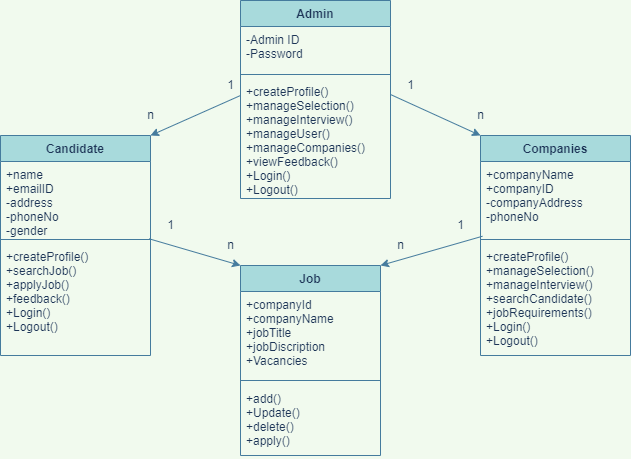
This is Day9/Online_Job_Portal-Diagrams/ClassDiagramOJP.png from AthiraSajeev98/ust-prograd-training, a draw.io export, as it was before one commit. Source tidied: cells renumbered, new cells last; positions are measured from the earlier drawing's top-left corner, leaving out a move shared by most shapes.
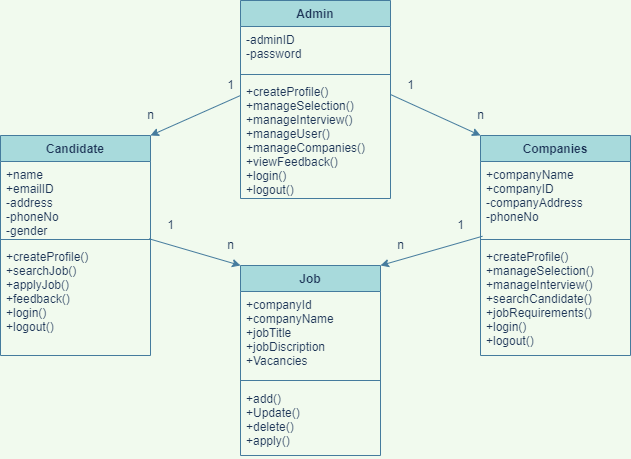
Above is the later version.

Commit message:
adding Onlineshopping & Railwayreservation

The edit, as a diff of the source:
```diff
@@ -5,13 +5,13 @@
     <mxCell id="2" value="Admin" style="swimlane;fontStyle=1;align=center;verticalAlign=top;horizontal=1;startSize=26;fillColor=#A8DADC;strokeColor=#457B9D;fontColor=#1D3557;" parent="1" vertex="1">
       <mxGeometry x="240" width="150" height="198" as="geometry" />
     </mxCell>
-    <mxCell id="3" value="-Admin ID&#10;-Password&#10;" style="text;strokeColor=none;fillColor=none;align=left;verticalAlign=top;spacingLeft=4;spacingRight=4;overflow=hidden;fontColor=#1D3557;" parent="2" vertex="1">
+    <mxCell id="3" value="-adminID&#10;-password&#10;" style="text;strokeColor=none;fillColor=none;align=left;verticalAlign=top;spacingLeft=4;spacingRight=4;overflow=hidden;fontColor=#1D3557;" parent="2" vertex="1">
       <mxGeometry y="26" width="150" height="44" as="geometry" />
     </mxCell>
     <mxCell id="4" style="line;strokeWidth=1;fillColor=none;align=left;verticalAlign=middle;spacingTop=-1;spacingLeft=3;spacingRight=3;labelPosition=right;labelBackgroundColor=#F1FAEE;strokeColor=#457B9D;fontColor=#1D3557;" parent="2" vertex="1">
       <mxGeometry y="70" width="150" height="8" as="geometry" />
     </mxCell>
-    <mxCell id="5" value="+createProfile()&#10;+manageSelection()&#10;+manageInterview()&#10;+manageUser()&#10;+manageCompanies()&#10;+viewFeedback()&#10;+Login()&#10;+Logout()&#10;&#10;" style="text;strokeColor=none;fillColor=none;align=left;verticalAlign=top;spacingLeft=4;spacingRight=4;overflow=hidden;fontColor=#1D3557;" parent="2" vertex="1">
+    <mxCell id="5" value="+createProfile()&#10;+manageSelection()&#10;+manageInterview()&#10;+manageUser()&#10;+manageCompanies()&#10;+viewFeedback()&#10;+login()&#10;+logout()&#10;&#10;" style="text;strokeColor=none;fillColor=none;align=left;verticalAlign=top;spacingLeft=4;spacingRight=4;overflow=hidden;fontColor=#1D3557;" parent="2" vertex="1">
       <mxGeometry y="78" width="150" height="120" as="geometry" />
     </mxCell>
     <mxCell id="6" value="Candidate" style="swimlane;fontStyle=1;align=center;verticalAlign=top;horizontal=1;startSize=26;fillColor=#A8DADC;strokeColor=#457B9D;fontColor=#1D3557;" parent="1" vertex="1">
@@ -23,7 +23,7 @@
     <mxCell id="8" style="line;strokeWidth=1;fillColor=none;align=left;verticalAlign=middle;spacingTop=-1;spacingLeft=3;spacingRight=3;labelPosition=right;labelBackgroundColor=#F1FAEE;strokeColor=#457B9D;fontColor=#1D3557;" parent="6" vertex="1">
       <mxGeometry y="100" width="150" height="8" as="geometry" />
     </mxCell>
-    <mxCell id="9" value="+createProfile()&#10;+searchJob()&#10;+applyJob()&#10;+feedback()&#10;+Login()&#10;+Logout()&#10;&#10;" style="text;strokeColor=none;fillColor=none;align=left;verticalAlign=top;spacingLeft=4;spacingRight=4;overflow=hidden;points=[[0,0.5],[1,0.5]];portConstraint=eastwest;fontColor=#1D3557;" parent="6" vertex="1">
+    <mxCell id="9" value="+createProfile()&#10;+searchJob()&#10;+applyJob()&#10;+feedback()&#10;+login()&#10;+logout()&#10;&#10;" style="text;strokeColor=none;fillColor=none;align=left;verticalAlign=top;spacingLeft=4;spacingRight=4;overflow=hidden;points=[[0,0.5],[1,0.5]];portConstraint=eastwest;fontColor=#1D3557;" parent="6" vertex="1">
       <mxGeometry y="108" width="150" height="112" as="geometry" />
     </mxCell>
     <mxCell id="10" value="Companies" style="swimlane;fontStyle=1;align=center;verticalAlign=top;horizontal=1;startSize=26;fillColor=#A8DADC;strokeColor=#457B9D;fontColor=#1D3557;" parent="1" vertex="1">
@@ -35,7 +35,7 @@
     <mxCell id="12" style="line;strokeWidth=1;fillColor=none;align=left;verticalAlign=middle;spacingTop=-1;spacingLeft=3;spacingRight=3;labelPosition=right;labelBackgroundColor=#F1FAEE;strokeColor=#457B9D;fontColor=#1D3557;" parent="10" vertex="1">
       <mxGeometry y="100" width="150" height="8" as="geometry" />
     </mxCell>
-    <mxCell id="13" value="+createProfile()&#10;+manageSelection()&#10;+manageInterview()&#10;+searchCandidate()&#10;+jobRequirements()&#10;+Login()&#10;+Logout()&#10;&#10;" style="text;strokeColor=none;fillColor=none;align=left;verticalAlign=top;spacingLeft=4;spacingRight=4;overflow=hidden;fontColor=#1D3557;" parent="10" vertex="1">
+    <mxCell id="13" value="+createProfile()&#10;+manageSelection()&#10;+manageInterview()&#10;+searchCandidate()&#10;+jobRequirements()&#10;+login()&#10;+logout()&#10;&#10;" style="text;strokeColor=none;fillColor=none;align=left;verticalAlign=top;spacingLeft=4;spacingRight=4;overflow=hidden;fontColor=#1D3557;" parent="10" vertex="1">
       <mxGeometry y="108" width="150" height="112" as="geometry" />
     </mxCell>
     <mxCell id="14" value="Job" style="swimlane;fontStyle=1;align=center;verticalAlign=top;horizontal=1;startSize=26;fillColor=#A8DADC;strokeColor=#457B9D;fontColor=#1D3557;" parent="1" vertex="1">
```
